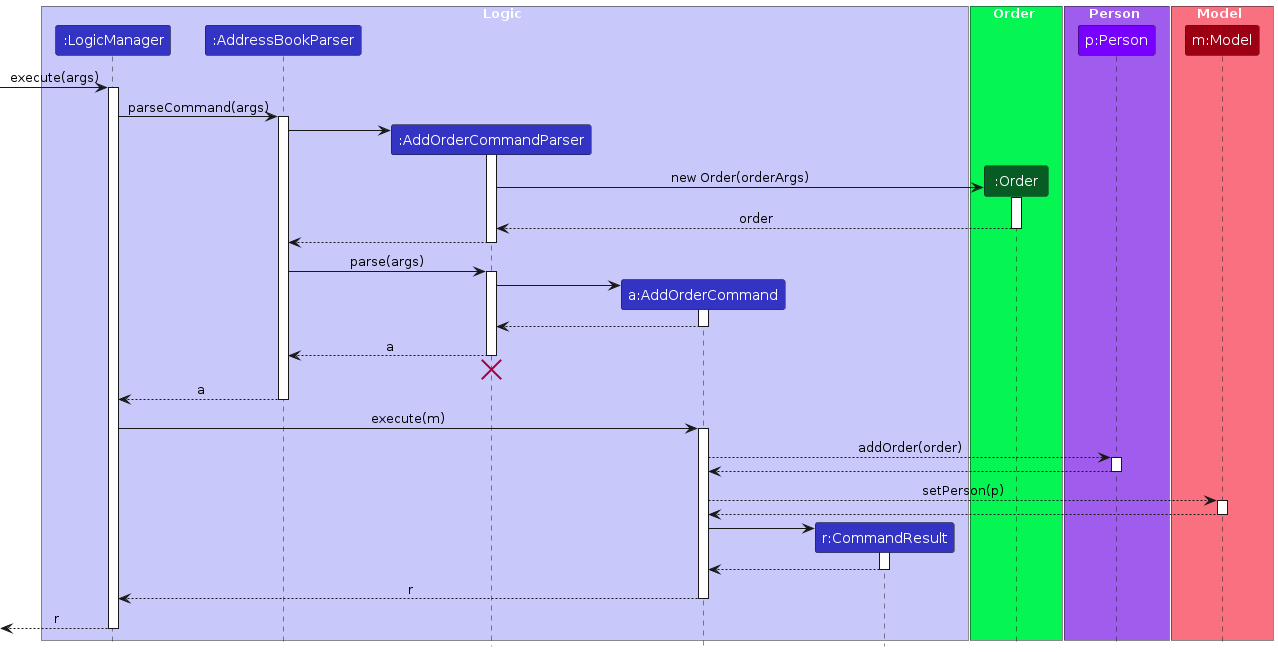
AY2324S2-CS2103T-T16-3/tp keeps this PlantUML diagram as diagrams/AddOrderSequenceDiagram.png. Above is the earlier version. Its source is kept beside it as diagrams/AddOrderSequenceDiagram.puml.
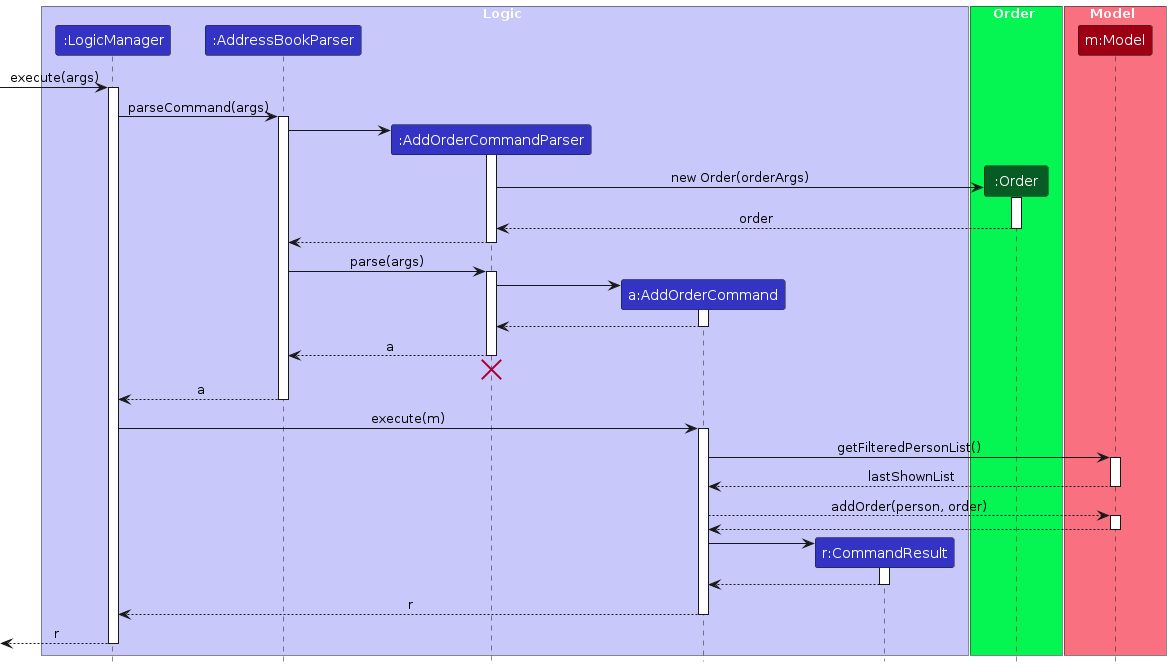
Above is the later version.

Change to the diagram source:
```diff
@@ -12,10 +12,6 @@
 
 box Order ORDER_COLOR_T1
 participant ":Order" as Order ORDER_COLOR
-end box
-
-box Person PERSON_COLOR_T1
-participant "p:Person" as Person PERSON_COLOR
 end box
 
 box Model MODEL_COLOR_T1
@@ -63,13 +59,13 @@
 LogicManager -> AddOrderCommand : execute(m)
 activate AddOrderCommand
 
-AddOrderCommand --> Person : addOrder(order)
-activate Person
+AddOrderCommand -> Model : getFilteredPersonList()
+activate Model
 
-Person --> AddOrderCommand :
-deactivate Person
+Model --> AddOrderCommand : lastShownList
+deactivate Model
 
-AddOrderCommand --> Model : setPerson(p)
+AddOrderCommand --> Model : addOrder(person, order)
 activate Model
 
 Model --> AddOrderCommand :
```
